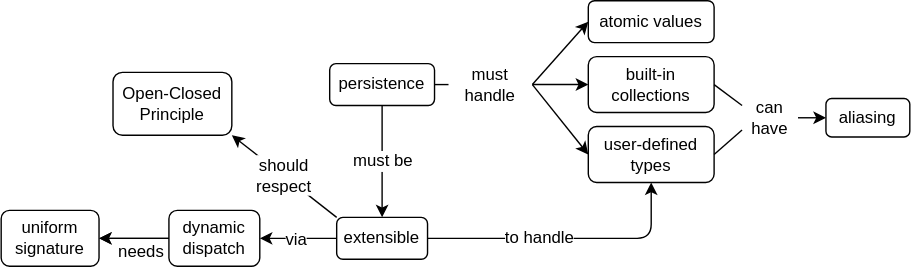
Before: src/persist/concept_map.svg, a diagram exported from draw.io (gvwilson/sdxpy). Source tidied: cells renumbered, new cells last; positions are measured from the earlier drawing's top-left corner, leaving out a move shared by most shapes.
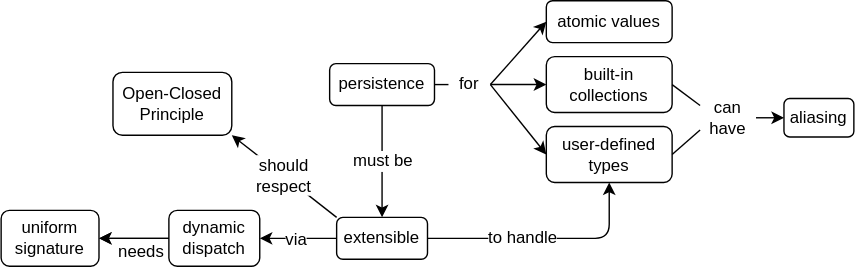
The same diagram one commit later.

Change to the diagram source:
```diff
@@ -6,16 +6,16 @@
       <mxGeometry x="235" y="45" width="75" height="30" as="geometry" />
     </mxCell>
     <mxCell id="3" value="atomic values" style="rounded=1;whiteSpace=wrap;html=1;hachureGap=4;fontFamily=Helvetica;fontSize=12;fillColor=none;" parent="1" vertex="1">
-      <mxGeometry x="420" width="90" height="30" as="geometry" />
+      <mxGeometry x="390" width="90" height="30" as="geometry" />
     </mxCell>
     <mxCell id="4" value="built-in&lt;br style=&quot;font-size: 12px;&quot;&gt;collections" style="rounded=1;whiteSpace=wrap;html=1;hachureGap=4;fontFamily=Helvetica;fontSize=12;fillColor=none;" parent="1" vertex="1">
-      <mxGeometry x="420" y="40" width="90" height="40" as="geometry" />
+      <mxGeometry x="390" y="40" width="90" height="40" as="geometry" />
     </mxCell>
     <mxCell id="5" value="user-defined&lt;br style=&quot;font-size: 12px;&quot;&gt;types" style="rounded=1;whiteSpace=wrap;html=1;hachureGap=4;fontFamily=Helvetica;fontSize=12;fillColor=none;" parent="1" vertex="1">
-      <mxGeometry x="420" y="90" width="90" height="40" as="geometry" />
+      <mxGeometry x="390" y="90" width="90" height="40" as="geometry" />
     </mxCell>
     <mxCell id="6" value="aliasing" style="rounded=1;whiteSpace=wrap;html=1;hachureGap=4;fontFamily=Helvetica;fontSize=12;fillColor=none;" parent="1" vertex="1">
-      <mxGeometry x="590" y="70" width="60" height="27.5" as="geometry" />
+      <mxGeometry x="560" y="70" width="50" height="27.5" as="geometry" />
     </mxCell>
     <mxCell id="7" value="extensible" style="rounded=1;whiteSpace=wrap;html=1;hachureGap=4;fontFamily=Helvetica;fontSize=12;fillColor=none;" parent="1" vertex="1">
       <mxGeometry x="240" y="155" width="65" height="30" as="geometry" />
@@ -38,12 +38,12 @@
     <mxCell id="13" value="to handle" style="endArrow=classic;html=1;rounded=1;hachureGap=4;fontFamily=Helvetica;fontSize=12;startSize=6;endSize=6;sourcePerimeterSpacing=0;targetPerimeterSpacing=0;exitX=1;exitY=0.5;exitDx=0;exitDy=0;entryX=0.5;entryY=1;entryDx=0;entryDy=0;" parent="1" edge="1" source="7" target="5">
       <mxGeometry x="-0.2" relative="1" as="geometry">
         <Array as="points">
-          <mxPoint x="465" y="170" />
+          <mxPoint x="435" y="170" />
         </Array>
       </mxGeometry>
     </mxCell>
-    <mxCell id="14" value="must handle" style="text;html=1;strokeColor=none;fillColor=none;align=center;verticalAlign=middle;whiteSpace=wrap;rounded=0;sketch=1;hachureGap=4;fontFamily=Helvetica;fontSize=12;" parent="1" vertex="1">
-      <mxGeometry x="320" y="40" width="60" height="40" as="geometry" />
+    <mxCell id="14" value="for" style="text;html=1;strokeColor=none;fillColor=none;align=center;verticalAlign=middle;whiteSpace=wrap;rounded=0;sketch=1;hachureGap=4;fontFamily=Helvetica;fontSize=12;" parent="1" vertex="1">
+      <mxGeometry x="320" y="40" width="30" height="40" as="geometry" />
     </mxCell>
     <mxCell id="15" style="endArrow=none;html=1;rounded=1;hachureGap=4;fontFamily=Helvetica;fontSize=12;startSize=14;endSize=14;sourcePerimeterSpacing=8;targetPerimeterSpacing=8;entryX=0;entryY=0.5;entryDx=0;entryDy=0;exitX=1;exitY=0.5;exitDx=0;exitDy=0;" parent="1" edge="1" source="2" target="14">
       <mxGeometry relative="1" as="geometry" />
@@ -58,7 +58,7 @@
       <mxGeometry relative="1" as="geometry" />
     </mxCell>
     <mxCell id="19" value="can&lt;br&gt;have" style="text;html=1;strokeColor=none;fillColor=none;align=center;verticalAlign=middle;whiteSpace=wrap;rounded=0;sketch=1;hachureGap=4;fontFamily=Helvetica;fontSize=12;" parent="1" vertex="1">
-      <mxGeometry x="530" y="66.2" width="40" height="35" as="geometry" />
+      <mxGeometry x="500" y="66.2" width="40" height="35" as="geometry" />
     </mxCell>
     <mxCell id="20" style="endArrow=classic;html=1;rounded=1;hachureGap=4;fontFamily=Helvetica;fontSize=12;startSize=6;endSize=6;sourcePerimeterSpacing=0;targetPerimeterSpacing=0;entryX=0;entryY=0.5;entryDx=0;entryDy=0;exitX=1;exitY=0.5;exitDx=0;exitDy=0;endFill=1;" parent="1" edge="1" source="19" target="6">
       <mxGeometry relative="1" as="geometry" />
```
